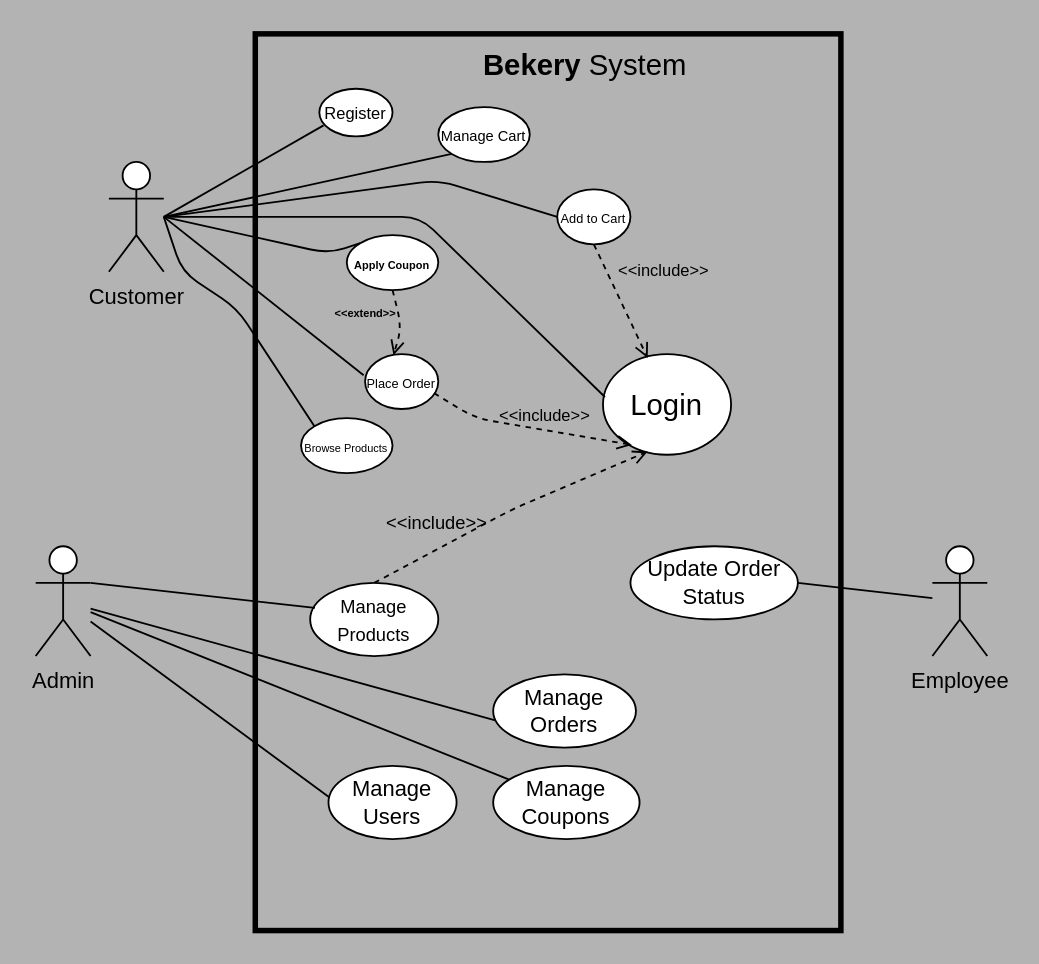
Nawaf-sds/Bakery-App keeps this draw.io diagram as System Analysis & Design/usecase.drawio. Above is the earlier version. Source tidied: cells renumbered, new cells numbered last; positions are measured from the earlier drawing's top-left corner, leaving out a move shared by most shapes. Both pictures are drawn from the tidied source at 183%, with x=0, y=0 at pixel (35, 33).
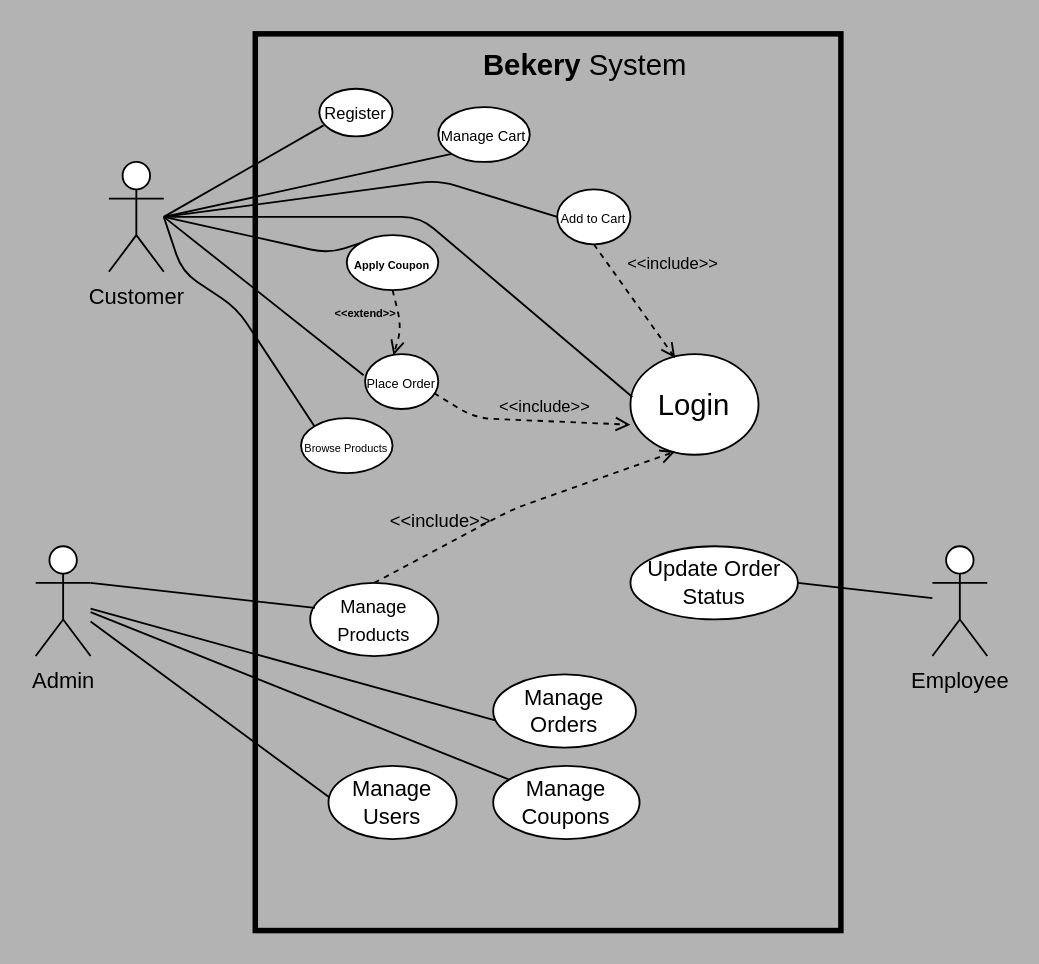
After the change.

The change refers to these unchanged cells:
```xml
<mxCell id="7" value="&lt;font style=&quot;font-size: 7px;&quot;&gt;Place Order&lt;/font&gt;" style="ellipse;whiteSpace=wrap;html=1;" parent="1" vertex="1">
  <mxGeometry x="180" y="175" width="40" height="30" as="geometry" />
</mxCell>
```

Diff of the diagram source:
```diff
@@
     <mxCell id="8" value="&lt;font style=&quot;font-size: 16px;&quot;&gt;Login&lt;/font&gt;" style="ellipse;whiteSpace=wrap;html=1;" parent="1" vertex="1">
-      <mxGeometry x="310" y="175" width="70" height="55" as="geometry" />
+      <mxGeometry x="325" y="175" width="70" height="55" as="geometry" />
     </mxCell>
@@
-    <mxCell id="31" value="&lt;font style=&quot;font-size: 9px;&quot;&gt;&amp;lt;&amp;lt;include&amp;gt;&amp;gt;&lt;/font&gt;" style="html=1;verticalAlign=bottom;labelBackgroundColor=none;endArrow=open;endFill=0;dashed=1;exitX=0.942;exitY=0.711;exitDx=0;exitDy=0;exitPerimeter=0;entryX=0.225;entryY=0.902;entryDx=0;entryDy=0;entryPerimeter=0;" parent="1" edge="1" source="7" target="8">
+    <mxCell id="31" value="&lt;font style=&quot;font-size: 9px;&quot;&gt;&amp;lt;&amp;lt;include&amp;gt;&amp;gt;&lt;/font&gt;" style="html=1;verticalAlign=bottom;labelBackgroundColor=none;endArrow=open;endFill=0;dashed=1;exitX=0.942;exitY=0.711;exitDx=0;exitDy=0;exitPerimeter=0;entryX=0;entryY=0.701;entryDx=0;entryDy=0;entryPerimeter=0;" parent="1" edge="1" source="7" target="8">
       <mxGeometry x="0.15" relative="1" as="geometry">
         <Array as="points">
           <mxPoint x="240" y="210" />
         </Array>
       </mxGeometry>
     </mxCell>
```
